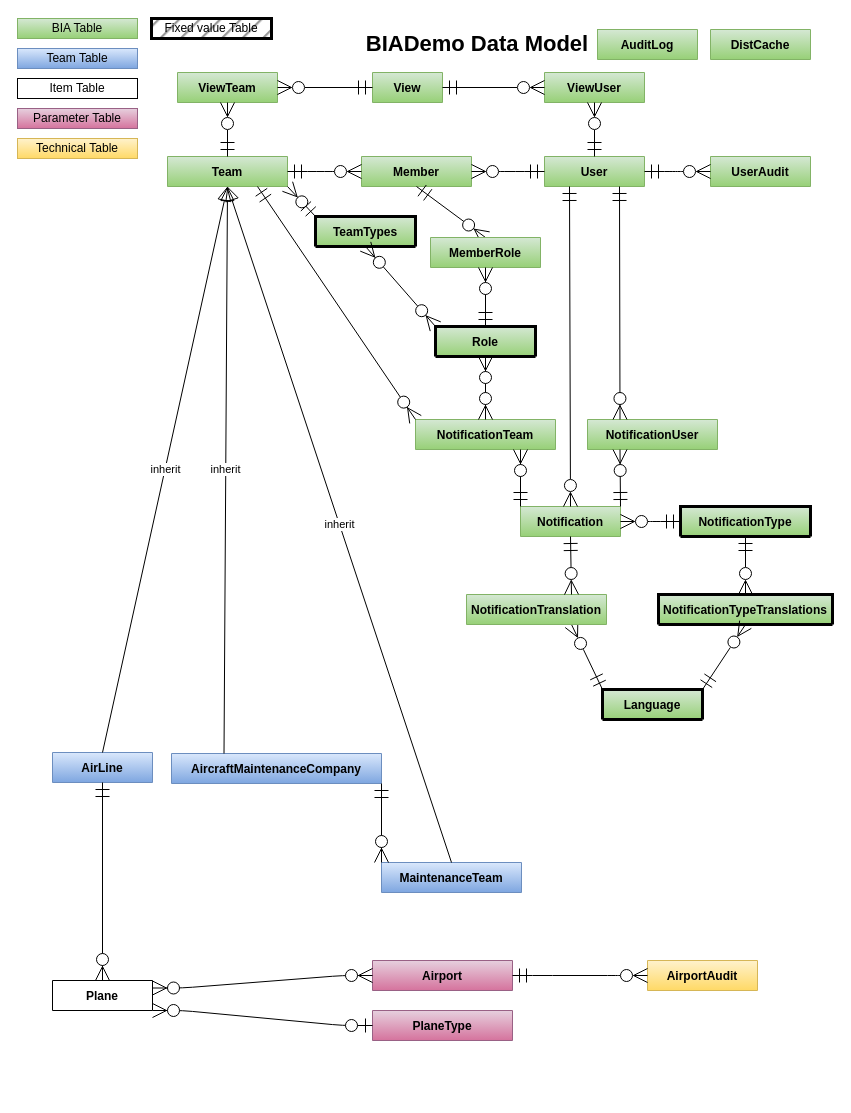
BIATeam/BIADemo keeps this draw.io diagram as DataModel.drawio. Above is the earlier version. Source tidied: cells renumbered, new cells numbered last; positions are measured from the earlier drawing's top-left corner, leaving out a move shared by most shapes. Both pictures are drawn from the tidied source at 100%, with x=0, y=0 at pixel (17, 18).
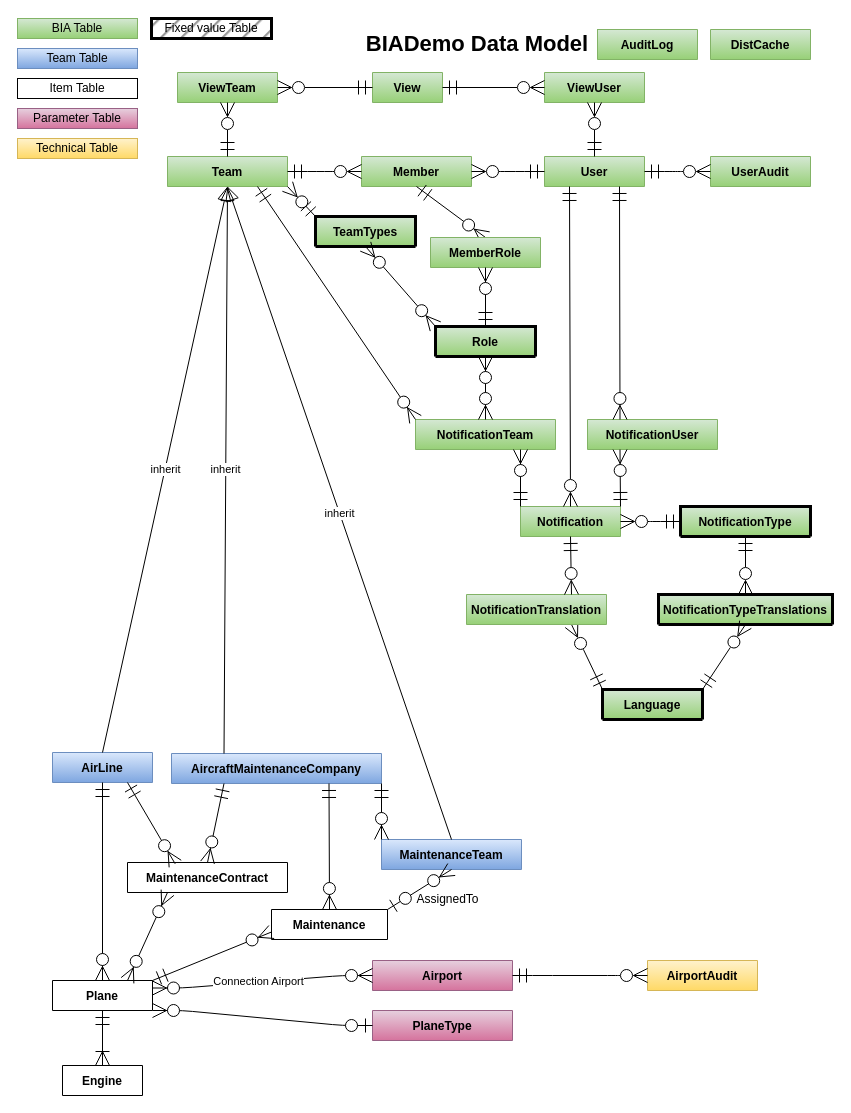
Above is the later version.

Commit message:
update dataModel for future

Unchanged cells that the change refers to:
```xml
<mxCell id="9" value="AirLine" style="shape=table;startSize=30;childLayout=tableLayout;rowLines=0;fontStyle=1;align=center;fillColor=#dae8fc;gradientColor=#7ea6e0;strokeColor=#6c8ebf;" parent="1" vertex="1" collapsed="1">
  <mxGeometry x="35" y="734" width="100" height="30" as="geometry" />
</mxCell>
<mxCell id="11" value="AircraftMaintenanceCompany" style="shape=table;startSize=30;childLayout=tableLayout;rowLines=0;fontStyle=1;align=center;fillColor=#dae8fc;gradientColor=#7ea6e0;strokeColor=#6c8ebf;" parent="1" vertex="1" collapsed="1">
  <mxGeometry x="154" y="735" width="210" height="30" as="geometry" />
</mxCell>
<mxCell id="16" value="Plane" style="shape=table;startSize=30;childLayout=tableLayout;rowLines=0;fontStyle=1;align=center;" parent="1" vertex="1" collapsed="1">
  <mxGeometry x="35" y="962" width="100" height="30" as="geometry" />
</mxCell>
<mxCell id="18" style="edgeStyle=entityRelationEdgeStyle;fontSize=12;html=1;endArrow=ERzeroToMany;endFill=1;startArrow=ERzeroToMany;startSize=12;exitX=1;exitY=0.25;exitDx=0;exitDy=0;entryX=0;entryY=0.5;entryDx=0;entryDy=0;endSize=12;" parent="1" edge="1" source="16" target="17">
  <mxGeometry relative="1" as="geometry" />
</mxCell>
```

Change to the diagram source:
```diff
@@
     <mxCell id="13" value="MaintenanceTeam" style="shape=table;startSize=30;childLayout=tableLayout;rowLines=0;fontStyle=1;align=center;fillColor=#dae8fc;gradientColor=#7ea6e0;strokeColor=#6c8ebf;" parent="1" vertex="1" collapsed="1">
-      <mxGeometry x="364" y="844" width="140" height="30" as="geometry" />
+      <mxGeometry x="364" y="821" width="140" height="30" as="geometry" />
     </mxCell>
@@
+    <mxCell id="65" value="Connection Airport" style="edgeLabel;html=1;align=center;verticalAlign=middle;" parent="18" vertex="1">
+      <mxGeometry x="-0.12" y="-1" relative="1" as="geometry">
+        <mxPoint x="9" y="-3" as="offset" />
+      </mxGeometry>
+    </mxCell>
@@
+    <mxCell id="66" value="Engine" style="shape=table;startSize=30;childLayout=tableLayout;rowLines=0;fontStyle=1;align=center;" parent="1" vertex="1" collapsed="1">
+      <mxGeometry x="45" y="1047" width="80" height="30" as="geometry" />
+    </mxCell>
+    <mxCell id="67" style="fontSize=12;html=1;endArrow=ERoneToMany;startArrow=ERmandOne;entryX=0.5;entryY=0;entryDx=0;entryDy=0;exitX=0.5;exitY=1;exitDx=0;exitDy=0;endSize=12;startSize=12;startFill=0;" parent="1" edge="1" source="16" target="66">
+      <mxGeometry relative="1" as="geometry" />
+    </mxCell>
+    <mxCell id="68" value="MaintenanceContract" style="shape=table;startSize=30;childLayout=tableLayout;rowLines=0;fontStyle=1;align=center;" parent="1" vertex="1" collapsed="1">
+      <mxGeometry x="110" y="844" width="160" height="30" as="geometry" />
+    </mxCell>
+    <mxCell id="69" style="fontSize=12;html=1;endArrow=ERzeroToMany;endFill=1;exitX=0.75;exitY=1;exitDx=0;exitDy=0;endSize=12;startSize=12;entryX=0.298;entryY=0.044;entryDx=0;entryDy=0;entryPerimeter=0;startArrow=ERmandOne;startFill=0;" parent="1" edge="1" source="9" target="68">
+      <mxGeometry relative="1" as="geometry" />
+    </mxCell>
+    <mxCell id="70" style="fontSize=12;html=1;endArrow=ERzeroToMany;endFill=1;startSize=12;endSize=12;exitX=0.25;exitY=1;exitDx=0;exitDy=0;entryX=0.5;entryY=0;entryDx=0;entryDy=0;startArrow=ERmandOne;startFill=0;" parent="1" edge="1" source="11" target="68">
+      <mxGeometry relative="1" as="geometry" />
+    </mxCell>
+    <mxCell id="71" style="fontSize=12;html=1;endArrow=ERzeroToMany;endFill=1;startArrow=ERzeroToMany;startSize=12;endSize=12;exitX=0.75;exitY=0;exitDx=0;exitDy=0;entryX=0.25;entryY=1;entryDx=0;entryDy=0;" parent="1" edge="1" source="16" target="68">
+      <mxGeometry relative="1" as="geometry" />
+    </mxCell>
+    <mxCell id="72" value="Maintenance" style="shape=table;startSize=30;childLayout=tableLayout;rowLines=0;fontStyle=1;align=center;" parent="1" vertex="1" collapsed="1">
+      <mxGeometry x="254" y="891" width="116" height="30" as="geometry" />
+    </mxCell>
+    <mxCell id="73" style="fontSize=12;html=1;endArrow=ERzeroToMany;startArrow=ERmandOne;startSize=12;endSize=12;entryX=0.5;entryY=0;entryDx=0;entryDy=0;exitX=0.75;exitY=1;exitDx=0;exitDy=0;" parent="1" edge="1" source="11" target="72">
+      <mxGeometry relative="1" as="geometry" />
+    </mxCell>
+    <mxCell id="74" style="fontSize=12;html=1;endArrow=ERzeroToMany;startArrow=ERmandOne;startSize=12;endSize=12;entryX=0;entryY=0.75;entryDx=0;entryDy=0;exitX=1;exitY=0;exitDx=0;exitDy=0;" parent="1" edge="1" source="16" target="72">
+      <mxGeometry relative="1" as="geometry" />
+    </mxCell>
+    <mxCell id="75" value="AssignedTo" style="fontSize=12;html=1;endArrow=ERzeroToMany;startArrow=ERzeroToOne;startSize=12;endSize=12;entryX=0.5;entryY=1;entryDx=0;entryDy=0;exitX=1;exitY=0;exitDx=0;exitDy=0;" parent="1" edge="1" source="72" target="13">
+      <mxGeometry x="0.49" y="-23" relative="1" as="geometry" />
+    </mxCell>
```
